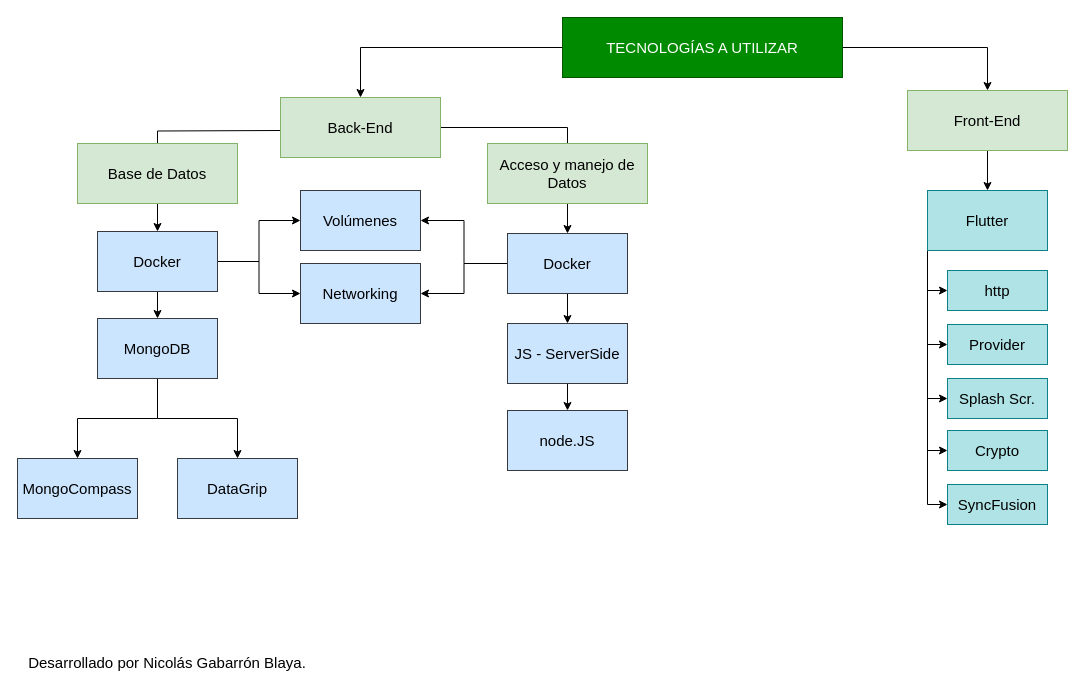
Before: esquema_tecnologias.drawio in nicolasgabarron/AyGP, a draw.io diagram. Source tidied: cells renumbered, new cells numbered last; positions are measured from the earlier drawing's top-left corner, leaving out a move shared by most shapes. Both pictures are drawn from the tidied source at 100%, with x=0, y=0 at pixel (17, 17).
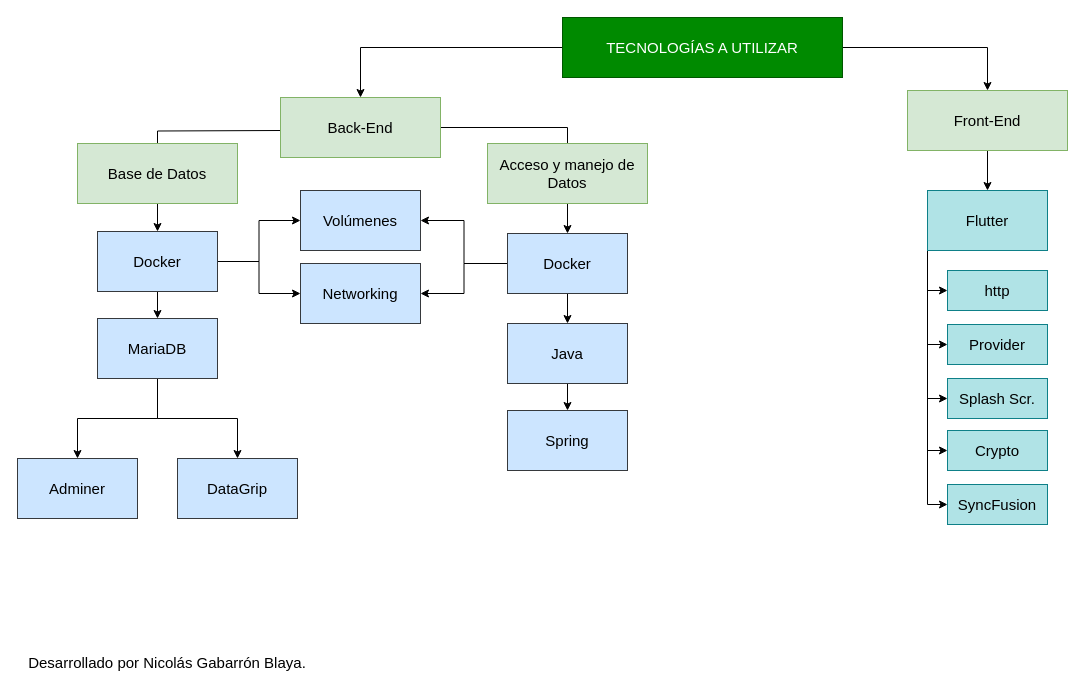
The same page after the edit.

The edit, as a diff of the source:
```diff
@@
-    <mxCell id="22" value="MongoDB" style="rounded=0;whiteSpace=wrap;html=1;fontSize=15;fillColor=#cce5ff;strokeColor=#36393d;" parent="1" vertex="1">
+    <mxCell id="22" value="MariaDB" style="rounded=0;whiteSpace=wrap;html=1;fontSize=15;fillColor=#cce5ff;strokeColor=#36393d;" parent="1" vertex="1">
       <mxGeometry x="80" y="301" width="120" height="60" as="geometry" />
     </mxCell>
-    <mxCell id="23" value="MongoCompass" style="rounded=0;whiteSpace=wrap;html=1;fontSize=15;fillColor=#cce5ff;strokeColor=#36393d;" parent="1" vertex="1">
+    <mxCell id="23" value="Adminer" style="rounded=0;whiteSpace=wrap;html=1;fontSize=15;fillColor=#cce5ff;strokeColor=#36393d;" parent="1" vertex="1">
       <mxGeometry y="441" width="120" height="60" as="geometry" />
     </mxCell>
@@
-    <mxCell id="35" value="JS - ServerSide" style="rounded=0;whiteSpace=wrap;html=1;fontSize=15;fillColor=#cce5ff;strokeColor=#36393d;" parent="1" vertex="1">
+    <mxCell id="35" value="Java" style="rounded=0;whiteSpace=wrap;html=1;fontSize=15;fillColor=#cce5ff;strokeColor=#36393d;" parent="1" vertex="1">
       <mxGeometry x="490" y="306" width="120" height="60" as="geometry" />
     </mxCell>
-    <mxCell id="36" value="node.JS" style="rounded=0;whiteSpace=wrap;html=1;fontSize=15;fillColor=#cce5ff;strokeColor=#36393d;" parent="1" vertex="1">
+    <mxCell id="36" value="Spring" style="rounded=0;whiteSpace=wrap;html=1;fontSize=15;fillColor=#cce5ff;strokeColor=#36393d;" parent="1" vertex="1">
       <mxGeometry x="490" y="393" width="120" height="60" as="geometry" />
     </mxCell>
```
